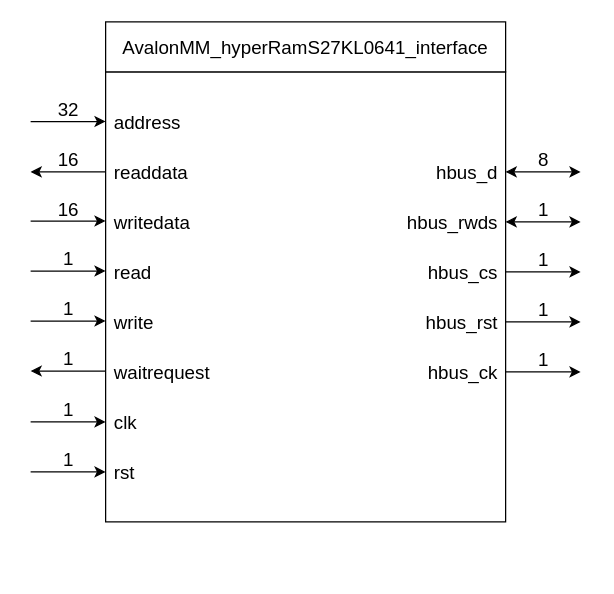
Above: page "interface" (1 of 3) of rtl/avalon_hyperRAM_interface.drawio in AndreaBononi/IP_cores (draw.io), before the change. Source tidied: cells renumbered, new cells numbered last; positions are measured from the earlier drawing's top-left corner, leaving out a move shared by most shapes. Both pictures are drawn from the tidied source at 125%, with x=0, y=0 at pixel (30, 21).
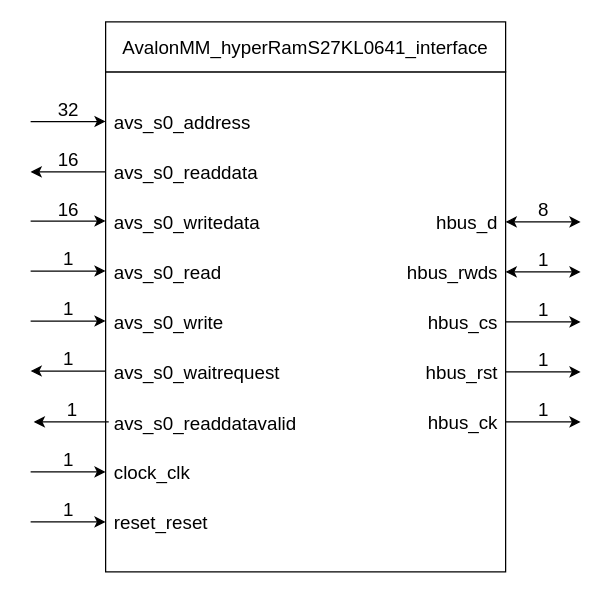
The same page after the edit.

Change to the diagram source:
```diff
@@
     <mxCell id="2" style="rounded=0;whiteSpace=wrap;html=1;" parent="1" vertex="1">
-      <mxGeometry x="60" y="40" width="320" height="360" as="geometry" />
+      <mxGeometry x="60" y="40" width="320" height="400" as="geometry" />
     </mxCell>
-    <mxCell id="3" value="&lt;font style=&quot;font-size: 15px&quot;&gt;address&lt;/font&gt;" style="text;html=1;align=left;verticalAlign=middle;strokeColor=none;fillColor=none;" parent="1" vertex="1">
-      <mxGeometry x="65" y="70" width="70" height="20" as="geometry" />
+    <mxCell id="3" value="&lt;font style=&quot;font-size: 15px;&quot;&gt;avs_s0_&lt;font style=&quot;font-size: 15px;&quot;&gt;address&lt;/font&gt;&lt;/font&gt;" style="text;html=1;align=left;verticalAlign=middle;strokeColor=none;fillColor=none;" parent="1" vertex="1">
+      <mxGeometry x="65" y="65" width="130" height="30" as="geometry" />
     </mxCell>
-    <mxCell id="4" value="&lt;div&gt;readdata&lt;/div&gt;" style="text;html=1;align=left;verticalAlign=middle;strokeColor=none;fillColor=none;fontSize=15;" parent="1" vertex="1">
-      <mxGeometry x="65" y="110" width="70" height="20" as="geometry" />
+    <mxCell id="4" value="&lt;font style=&quot;font-size: 15px;&quot;&gt;avs_s0_&lt;/font&gt;readdata" style="text;html=1;align=left;verticalAlign=middle;strokeColor=none;fillColor=none;fontSize=15;" parent="1" vertex="1">
+      <mxGeometry x="65" y="105" width="140" height="30" as="geometry" />
     </mxCell>
-    <mxCell id="5" value="&lt;div&gt;read&lt;/div&gt;" style="text;html=1;align=left;verticalAlign=middle;strokeColor=none;fillColor=none;fontSize=15;" parent="1" vertex="1">
-      <mxGeometry x="65" y="190" width="50" height="20" as="geometry" />
+    <mxCell id="5" value="&lt;font style=&quot;font-size: 15px;&quot;&gt;avs_s0_&lt;/font&gt;read" style="text;html=1;align=left;verticalAlign=middle;strokeColor=none;fillColor=none;fontSize=15;" parent="1" vertex="1">
+      <mxGeometry x="65" y="185" width="110" height="30" as="geometry" />
     </mxCell>
-    <mxCell id="6" value="writedata" style="text;html=1;align=left;verticalAlign=middle;strokeColor=none;fillColor=none;fontSize=15;" parent="1" vertex="1">
-      <mxGeometry x="65" y="150" width="80" height="20" as="geometry" />
+    <mxCell id="6" value="&lt;font style=&quot;font-size: 15px;&quot;&gt;avs_s0_w&lt;/font&gt;ritedata" style="text;html=1;align=left;verticalAlign=middle;strokeColor=none;fillColor=none;fontSize=15;" parent="1" vertex="1">
+      <mxGeometry x="65" y="145" width="140" height="30" as="geometry" />
     </mxCell>
-    <mxCell id="7" value="write" style="text;html=1;align=left;verticalAlign=middle;strokeColor=none;fillColor=none;fontSize=15;" parent="1" vertex="1">
-      <mxGeometry x="65" y="230" width="50" height="20" as="geometry" />
+    <mxCell id="7" value="&lt;font style=&quot;font-size: 15px;&quot;&gt;avs_s0_&lt;font style=&quot;font-size: 15px;&quot;&gt;&lt;/font&gt;&lt;/font&gt;write" style="text;html=1;align=left;verticalAlign=middle;strokeColor=none;fillColor=none;fontSize=15;" parent="1" vertex="1">
+      <mxGeometry x="65" y="225" width="110" height="30" as="geometry" />
     </mxCell>
-    <mxCell id="8" value="waitrequest" style="text;html=1;align=left;verticalAlign=middle;strokeColor=none;fillColor=none;fontSize=15;" parent="1" vertex="1">
-      <mxGeometry x="65" y="270" width="90" height="20" as="geometry" />
+    <mxCell id="8" value="&lt;font style=&quot;font-size: 15px;&quot;&gt;avs_s0_&lt;font style=&quot;font-size: 15px;&quot;&gt;&lt;/font&gt;&lt;/font&gt;waitrequest" style="text;html=1;align=left;verticalAlign=middle;strokeColor=none;fillColor=none;fontSize=15;" parent="1" vertex="1">
+      <mxGeometry x="65" y="265" width="160" height="30" as="geometry" />
     </mxCell>
-    <mxCell id="9" value="clk" style="text;html=1;align=left;verticalAlign=middle;strokeColor=none;fillColor=none;fontSize=15;" parent="1" vertex="1">
-      <mxGeometry x="65" y="310" width="30" height="20" as="geometry" />
+    <mxCell id="9" value="clock_clk" style="text;html=1;align=left;verticalAlign=middle;strokeColor=none;fillColor=none;fontSize=15;" parent="1" vertex="1">
+      <mxGeometry x="65" y="345" width="80" height="30" as="geometry" />
     </mxCell>
     <mxCell id="10" value="hbus_d" style="text;html=1;align=right;verticalAlign=middle;strokeColor=none;fillColor=none;fontSize=15;" parent="1" vertex="1">
-      <mxGeometry x="315" y="110" width="60" height="20" as="geometry" />
+      <mxGeometry x="315" y="150" width="60" height="20" as="geometry" />
     </mxCell>
     <mxCell id="11" value="hbus_cs" style="text;html=1;align=right;verticalAlign=middle;strokeColor=none;fillColor=none;fontSize=15;" parent="1" vertex="1">
-      <mxGeometry x="305" y="190" width="70" height="20" as="geometry" />
+      <mxGeometry x="305" y="230" width="70" height="20" as="geometry" />
     </mxCell>
     <mxCell id="12" value="hbus_ck" style="text;html=1;align=right;verticalAlign=middle;strokeColor=none;fillColor=none;fontSize=15;" parent="1" vertex="1">
-      <mxGeometry x="305" y="270" width="70" height="20" as="geometry" />
+      <mxGeometry x="305" y="310" width="70" height="20" as="geometry" />
     </mxCell>
     <mxCell id="13" value="&lt;div&gt;hbus_rst&lt;/div&gt;" style="text;html=1;align=right;verticalAlign=middle;strokeColor=none;fillColor=none;fontSize=15;" parent="1" vertex="1">
-      <mxGeometry x="305" y="230" width="70" height="20" as="geometry" />
+      <mxGeometry x="305" y="270" width="70" height="20" as="geometry" />
     </mxCell>
     <mxCell id="14" value="&lt;div&gt;hbus_rwds&lt;/div&gt;" style="text;html=1;align=right;verticalAlign=middle;strokeColor=none;fillColor=none;fontSize=15;" parent="1" vertex="1">
-      <mxGeometry x="285" y="150" width="90" height="20" as="geometry" />
+      <mxGeometry x="285" y="190" width="90" height="20" as="geometry" />
     </mxCell>
@@
     <mxCell id="16" style="endArrow=classic;html=1;rounded=0;fontSize=15;" parent="1" edge="1">
       <mxGeometry relative="1" as="geometry">
-        <mxPoint x="380" y="280" as="sourcePoint" />
-        <mxPoint x="440" y="280" as="targetPoint" />
+        <mxPoint x="380" y="320" as="sourcePoint" />
+        <mxPoint x="440" y="320" as="targetPoint" />
       </mxGeometry>
     </mxCell>
     <mxCell id="17" value="1" style="text;html=1;align=center;verticalAlign=middle;strokeColor=none;fillColor=none;fontSize=15;" parent="1" vertex="1">
-      <mxGeometry x="400" y="260" width="20" height="20" as="geometry" />
+      <mxGeometry x="400" y="300" width="20" height="20" as="geometry" />
     </mxCell>
     <mxCell id="18" style="endArrow=classic;html=1;rounded=0;fontSize=15;" parent="1" edge="1">
       <mxGeometry relative="1" as="geometry">
-        <mxPoint x="380" y="240" as="sourcePoint" />
-        <mxPoint x="440" y="240" as="targetPoint" />
+        <mxPoint x="380" y="280" as="sourcePoint" />
+        <mxPoint x="440" y="280" as="targetPoint" />
       </mxGeometry>
     </mxCell>
     <mxCell id="19" value="1" style="text;html=1;align=center;verticalAlign=middle;strokeColor=none;fillColor=none;fontSize=15;" parent="1" vertex="1">
-      <mxGeometry x="400" y="220" width="20" height="20" as="geometry" />
+      <mxGeometry x="400" y="260" width="20" height="20" as="geometry" />
     </mxCell>
     <mxCell id="20" style="endArrow=classic;html=1;rounded=0;fontSize=15;" parent="1" edge="1">
       <mxGeometry relative="1" as="geometry">
-        <mxPoint x="380" y="200" as="sourcePoint" />
-        <mxPoint x="440" y="200" as="targetPoint" />
+        <mxPoint x="380" y="240" as="sourcePoint" />
+        <mxPoint x="440" y="240" as="targetPoint" />
       </mxGeometry>
     </mxCell>
     <mxCell id="21" value="1" style="text;html=1;align=center;verticalAlign=middle;strokeColor=none;fillColor=none;fontSize=15;" parent="1" vertex="1">
-      <mxGeometry x="400" y="180" width="20" height="20" as="geometry" />
+      <mxGeometry x="400" y="220" width="20" height="20" as="geometry" />
     </mxCell>
     <mxCell id="22" style="endArrow=classic;html=1;rounded=0;fontSize=15;startArrow=classic;startFill=1;" parent="1" edge="1">
       <mxGeometry relative="1" as="geometry">
-        <mxPoint x="380" y="160" as="sourcePoint" />
-        <mxPoint x="440" y="160" as="targetPoint" />
+        <mxPoint x="380" y="200" as="sourcePoint" />
+        <mxPoint x="440" y="200" as="targetPoint" />
       </mxGeometry>
     </mxCell>
     <mxCell id="23" value="1" style="text;html=1;align=center;verticalAlign=middle;strokeColor=none;fillColor=none;fontSize=15;" parent="1" vertex="1">
-      <mxGeometry x="400" y="140" width="20" height="20" as="geometry" />
+      <mxGeometry x="400" y="180" width="20" height="20" as="geometry" />
     </mxCell>
     <mxCell id="24" style="endArrow=classic;html=1;rounded=0;fontSize=15;" parent="1" edge="1">
       <mxGeometry relative="1" as="geometry">
-        <mxPoint y="320" as="sourcePoint" />
-        <mxPoint x="60" y="320" as="targetPoint" />
+        <mxPoint y="360" as="sourcePoint" />
+        <mxPoint x="60" y="360" as="targetPoint" />
       </mxGeometry>
     </mxCell>
     <mxCell id="25" value="1" style="text;html=1;align=center;verticalAlign=middle;strokeColor=none;fillColor=none;fontSize=15;" parent="1" vertex="1">
-      <mxGeometry x="20" y="300" width="20" height="20" as="geometry" />
+      <mxGeometry x="20" y="340" width="20" height="20" as="geometry" />
     </mxCell>
@@
     <mxCell id="33" style="endArrow=classic;html=1;rounded=0;fontSize=15;startArrow=classic;startFill=1;" parent="1" edge="1">
       <mxGeometry relative="1" as="geometry">
-        <mxPoint x="380" y="120" as="sourcePoint" />
-        <mxPoint x="440" y="120" as="targetPoint" />
+        <mxPoint x="380" y="160" as="sourcePoint" />
+        <mxPoint x="440" y="160" as="targetPoint" />
       </mxGeometry>
     </mxCell>
     <mxCell id="34" value="8" style="text;html=1;align=center;verticalAlign=middle;strokeColor=none;fillColor=none;fontSize=15;" parent="1" vertex="1">
-      <mxGeometry x="400" y="100" width="20" height="20" as="geometry" />
+      <mxGeometry x="400" y="140" width="20" height="20" as="geometry" />
     </mxCell>
@@
-    <mxCell id="40" value="rst" style="text;html=1;align=left;verticalAlign=middle;strokeColor=none;fillColor=none;fontSize=15;" parent="1" vertex="1">
-      <mxGeometry x="65" y="345" width="40" height="30" as="geometry" />
+    <mxCell id="40" value="reset_reset" style="text;html=1;align=left;verticalAlign=middle;strokeColor=none;fillColor=none;fontSize=15;" parent="1" vertex="1">
+      <mxGeometry x="65" y="385" width="100" height="30" as="geometry" />
     </mxCell>
     <mxCell id="41" style="endArrow=classic;html=1;rounded=0;fontSize=15;" parent="1" edge="1">
       <mxGeometry relative="1" as="geometry">
-        <mxPoint y="360" as="sourcePoint" />
-        <mxPoint x="60" y="360" as="targetPoint" />
+        <mxPoint y="400" as="sourcePoint" />
+        <mxPoint x="60" y="400" as="targetPoint" />
       </mxGeometry>
     </mxCell>
     <mxCell id="42" value="1" style="text;html=1;align=center;verticalAlign=middle;strokeColor=none;fillColor=none;fontSize=15;" parent="1" vertex="1">
-      <mxGeometry x="20" y="340" width="20" height="20" as="geometry" />
+      <mxGeometry x="20" y="380" width="20" height="20" as="geometry" />
     </mxCell>
+    <mxCell id="43" value="&lt;font style=&quot;font-size: 15px;&quot;&gt;avs_s0_&lt;font style=&quot;font-size: 15px;&quot;&gt;&lt;/font&gt;&lt;/font&gt;readdatavalid" style="text;html=1;align=left;verticalAlign=middle;strokeColor=none;fillColor=none;fontSize=15;" parent="1" vertex="1">
+      <mxGeometry x="65" y="305.7" width="170" height="30" as="geometry" />
+    </mxCell>
+    <mxCell id="44" style="endArrow=classic;html=1;rounded=0;fontSize=15;" parent="1" edge="1">
+      <mxGeometry relative="1" as="geometry">
+        <mxPoint x="62.5" y="320" as="sourcePoint" />
+        <mxPoint x="2.5" y="320" as="targetPoint" />
+      </mxGeometry>
+    </mxCell>
+    <mxCell id="45" value="1" style="text;html=1;align=center;verticalAlign=middle;strokeColor=none;fillColor=none;fontSize=15;" parent="1" vertex="1">
+      <mxGeometry x="22.5" y="300" width="20" height="20" as="geometry" />
+    </mxCell>
```
